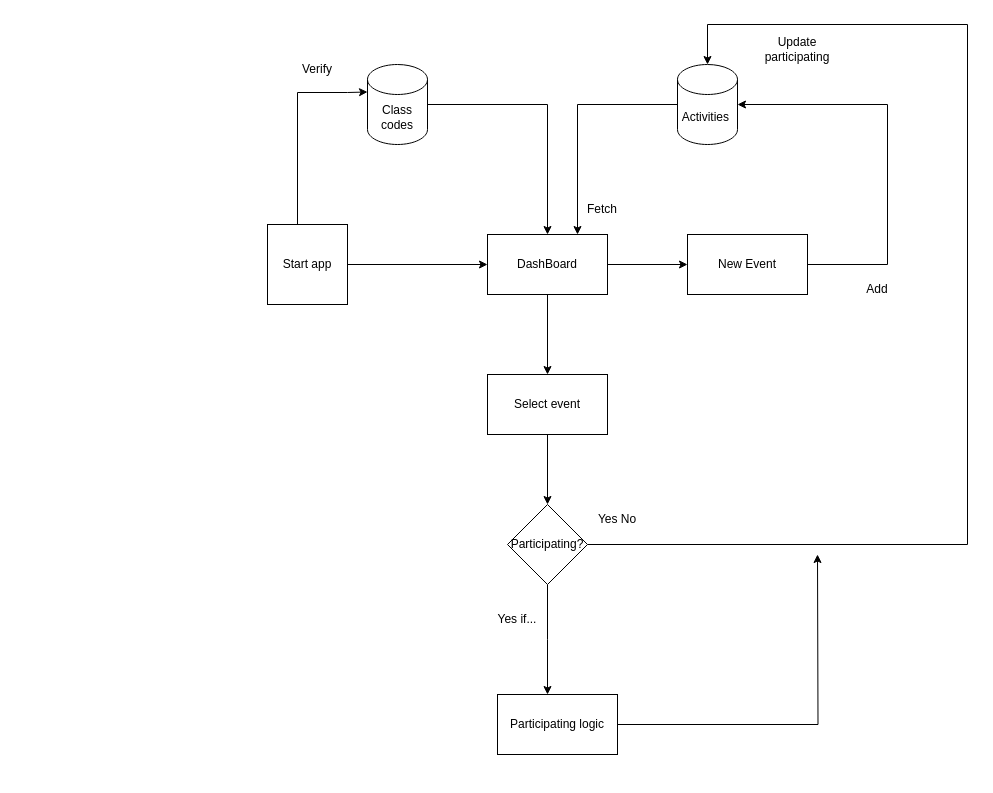
Aatmaj-Zephyr/Website-Playground keeps this draw.io diagram as studentactivity/mp.drawio. Above is the earlier version. Source tidied: cells renumbered, new cells numbered last; positions are measured from the earlier drawing's top-left corner, leaving out a move shared by most shapes. Both pictures are drawn from the tidied source at 100%, with x=0, y=0 at pixel (267, 24).
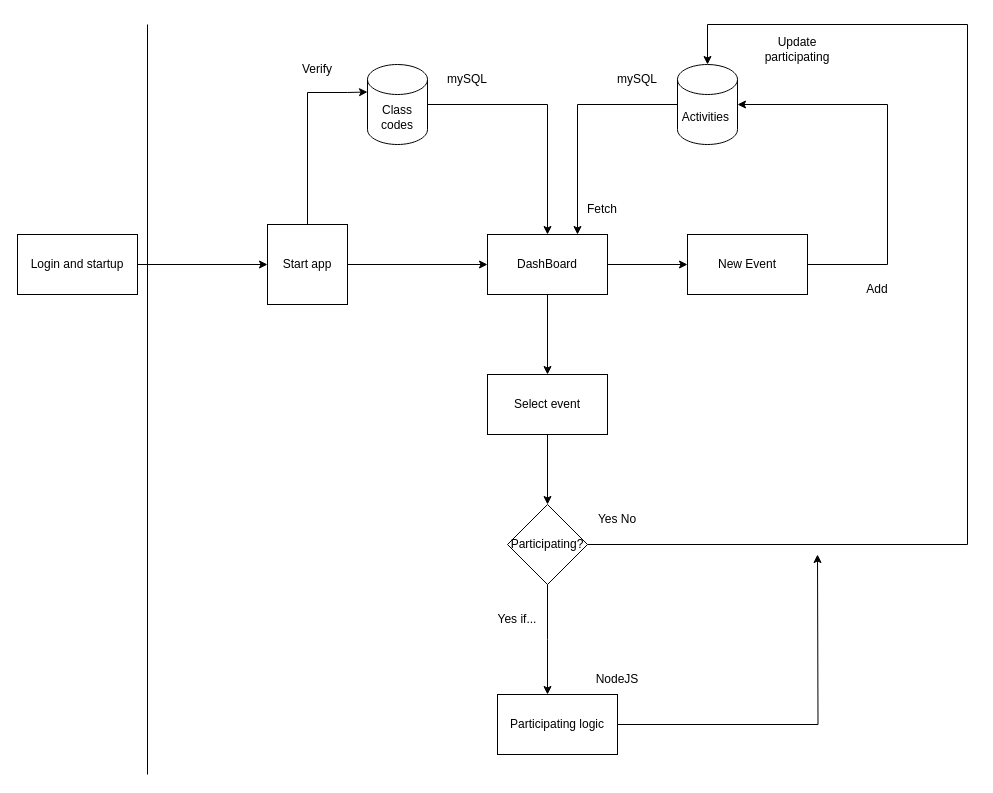
Above is the later version.

The change refers to these unchanged cells:
```xml
<mxCell id="4" value="Start app" style="whiteSpace=wrap;html=1;" parent="1" vertex="1">
  <mxGeometry y="200" width="80" height="80" as="geometry" />
</mxCell>
<mxCell id="6" value="Class codes" style="shape=cylinder3;whiteSpace=wrap;html=1;boundedLbl=1;backgroundOutline=1;size=15;" parent="1" vertex="1">
  <mxGeometry x="100" y="40" width="60" height="80" as="geometry" />
</mxCell>
```

The edit, as a diff of the source:
```diff
@@
     <mxCell id="2" style="edgeStyle=orthogonalEdgeStyle;rounded=0;jettySize=auto;html=1;entryX=0;entryY=0;entryDx=0;entryDy=27.5;entryPerimeter=0;" parent="1" edge="1" source="4" target="6">
       <mxGeometry relative="1" as="geometry">
         <Array as="points">
-          <mxPoint x="30" y="68" />
+          <mxPoint x="40" y="68" />
           <mxPoint x="80" y="68" />
         </Array>
       </mxGeometry>
     </mxCell>
@@
+    <mxCell id="27" value="mySQL" style="text;html=1;strokeColor=none;fillColor=none;align=center;verticalAlign=middle;whiteSpace=wrap;rounded=0;" parent="1" vertex="1">
+      <mxGeometry x="170" y="40" width="60" height="30" as="geometry" />
+    </mxCell>
+    <mxCell id="28" value="mySQL" style="text;html=1;strokeColor=none;fillColor=none;align=center;verticalAlign=middle;whiteSpace=wrap;rounded=0;" parent="1" vertex="1">
+      <mxGeometry x="340" y="40" width="60" height="30" as="geometry" />
+    </mxCell>
+    <mxCell id="29" value="NodeJS" style="text;html=1;strokeColor=none;fillColor=none;align=center;verticalAlign=middle;whiteSpace=wrap;rounded=0;" parent="1" vertex="1">
+      <mxGeometry x="320" y="640" width="60" height="30" as="geometry" />
+    </mxCell>
+    <mxCell id="30" style="edgeStyle=orthogonalEdgeStyle;rounded=0;jettySize=auto;html=1;" parent="1" edge="1" source="31" target="4">
+      <mxGeometry relative="1" as="geometry" />
+    </mxCell>
+    <mxCell id="31" value="Login and startup" style="rounded=0;whiteSpace=wrap;html=1;" parent="1" vertex="1">
+      <mxGeometry x="-250" y="210" width="120" height="60" as="geometry" />
+    </mxCell>
+    <mxCell id="32" style="endArrow=none;html=1;rounded=0;" parent="1" edge="1">
+      <mxGeometry relative="1" as="geometry">
+        <mxPoint x="-120" y="750" as="sourcePoint" />
+        <mxPoint x="-120" as="targetPoint" />
+      </mxGeometry>
+    </mxCell>
```
